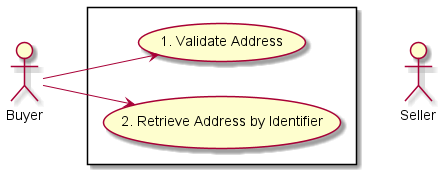
Before: documentation/productApi/serviceability/address/media/useCases.png, a diagram exported from PlantUML (MEF-GIT/MEF-LSO-Sonata-SDK). The source it was exported from:
```plantuml
@startuml

actor Seller

left to right direction
actor Buyer

rectangle {

Seller -[hidden]up-> (2. Retrieve Address by Identifier)
Seller -[hidden]up-> (1. Validate Address)

Buyer --> (1. Validate Address)
Buyer --> (2. Retrieve Address by Identifier)
}

@enduml
```
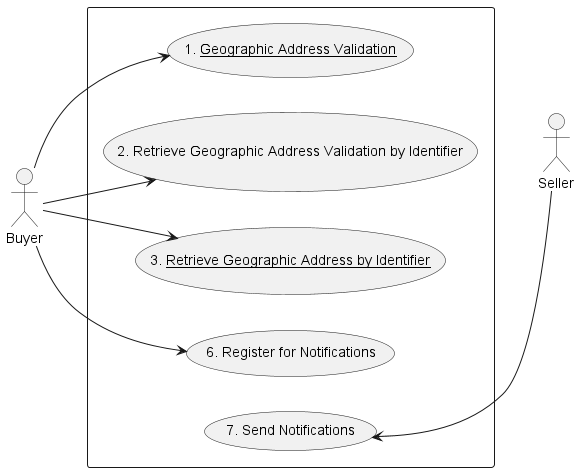
Later version of the same file.

Diff of the diagram source:
```diff
@@ -7,11 +7,15 @@
 
 rectangle {
 
-Seller -[hidden]up-> (2. Retrieve Address by Identifier)
-Seller -[hidden]up-> (1. Validate Address)
+Seller -[hidden]up-> (2. Retrieve Geographic Address Validation by Identifier)
+Seller -[hidden]up-> (1. <u>Geographic Address Validation</u>)
 
-Buyer --> (1. Validate Address)
-Buyer --> (2. Retrieve Address by Identifier)
+Buyer --> (1. <u>Geographic Address Validation</u>)
+Buyer --> (2. Retrieve Geographic Address Validation by Identifier)
+Buyer --> (3. <u>Retrieve Geographic Address by Identifier</u>)
+Buyer --> (6. Register for Notifications)
+Seller --> (7. Send Notifications)
+
 }
 
 @enduml
```
